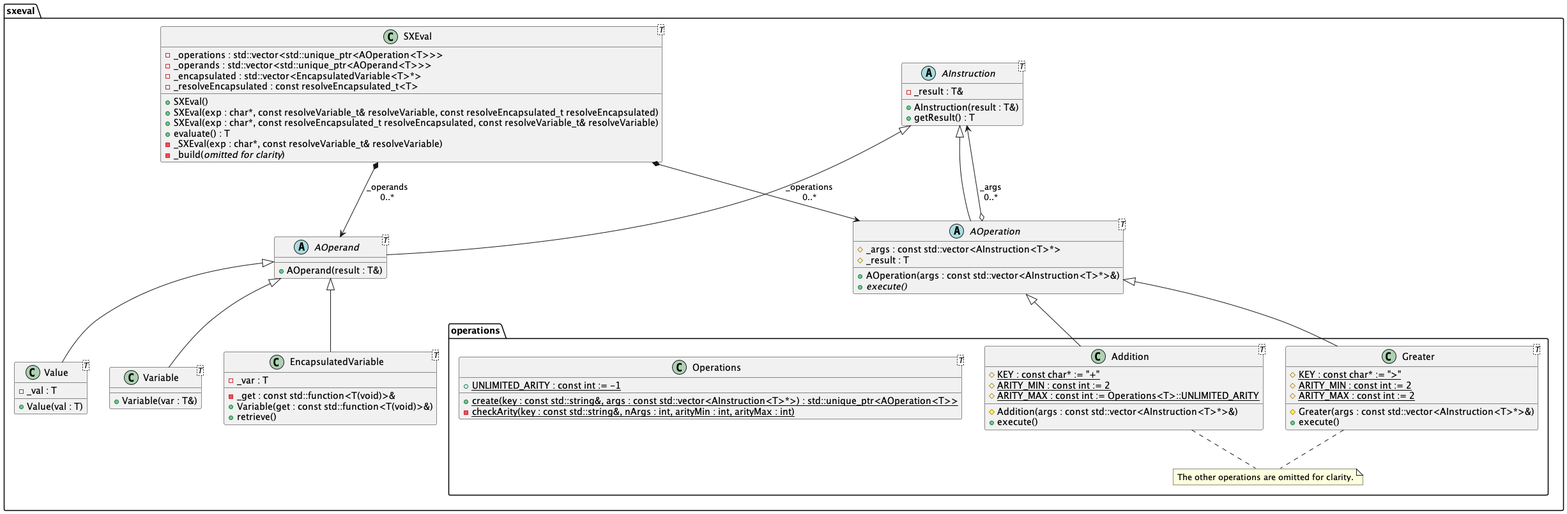
This is uml/class-diagram.png from abadiet/SXEval, a PlantUML export, as it was before one commit.
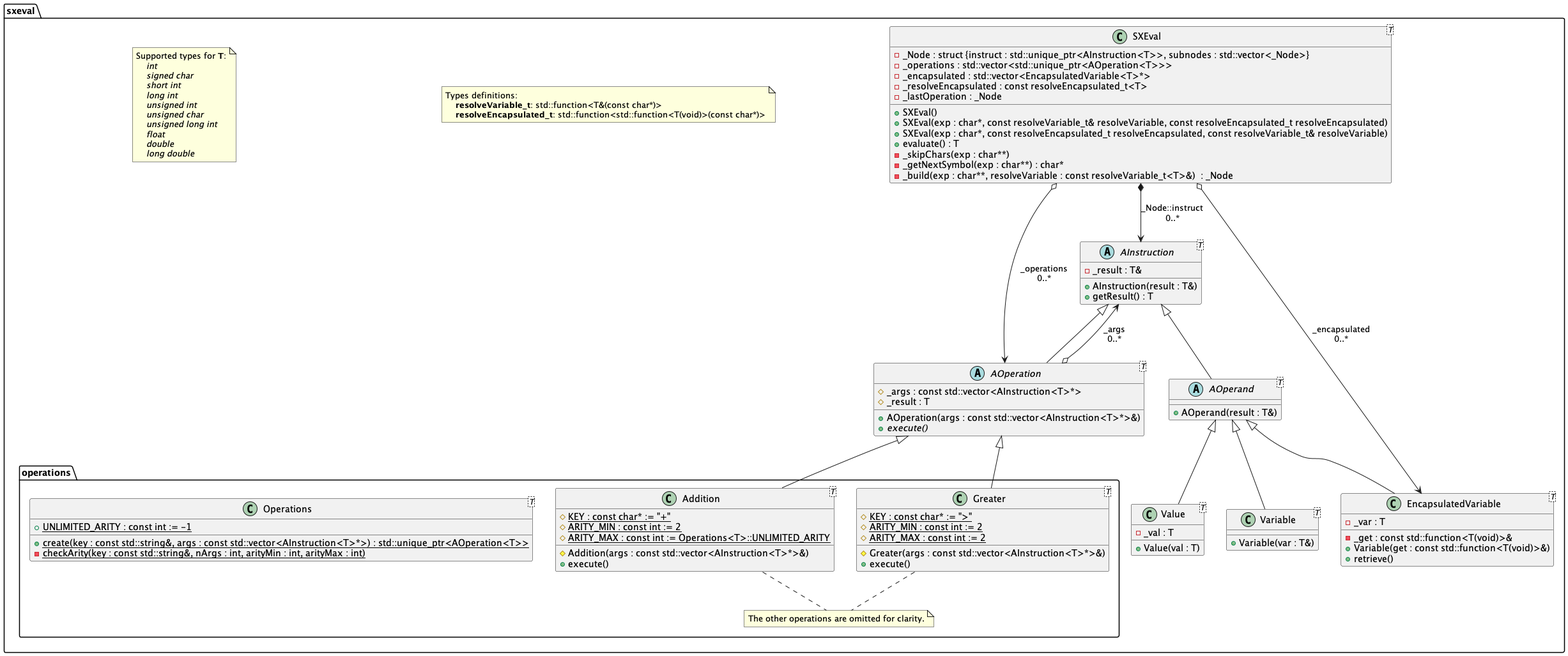
After the commit.

Diff of the diagram source:
```diff
@@ -2,18 +2,41 @@
 
 package sxeval {
 
+    note as T_Note
+        Supported types for <b>T</b>:
+            <i>int</i>
+            <i>signed char</i>
+            <i>short int</i>
+            <i>long int</i>
+            <i>unsigned int</i>
+            <i>unsigned char</i>
+            <i>unsigned long int</i>
+            <i>float</i>
+            <i>double</i>
+            <i>long double</i>
+    end note
+
+    note as alias_Note
+        Types definitions:
+            <b>resolveVariable_t</b>: std::function<T&(const char*)>
+            <b>resolveEncapsulated_t</b>: std::function<std::function<T(void)>(const char*)>
+    end note
+
     class SXEval<T> {
+        - _Node : struct {instruct : std::unique_ptr<AInstruction<T>>, subnodes : std::vector<_Node>}
         -_operations : std::vector<std::unique_ptr<AOperation<T>>>
-        -_operands : std::vector<std::unique_ptr<AOperand<T>>>
         -_encapsulated : std::vector<EncapsulatedVariable<T>*>
         -_resolveEncapsulated : const resolveEncapsulated_t<T>
+        -_lastOperation : _Node
         +SXEval()
         +SXEval(exp : char*, const resolveVariable_t& resolveVariable, const resolveEncapsulated_t resolveEncapsulated)
         +SXEval(exp : char*, const resolveEncapsulated_t resolveEncapsulated, const resolveVariable_t& resolveVariable)
         +evaluate() : T
-        -_SXEval(exp : char*, const resolveVariable_t& resolveVariable)
-        -_build(//omitted for clarity//)
+        -_skipChars(exp : char**)
+        -_getNextSymbol(exp : char**) : char*
+        -_build(exp : char**, resolveVariable : const resolveVariable_t<T>&)  : _Node
     }
+
 
     abstract class AInstruction<T> {
         -_result : T&
@@ -75,14 +98,15 @@
         Addition -up-|> AOperation
         Greater -up-|> AOperation
 
-        note "The other operations are omitted for clarity." as N
-        Addition .. N
-        Greater .. N
+        note "The other operations are omitted for clarity." as ope_Note
+        Addition .. ope_Note
+        Greater .. ope_Note
 
     }
 
-    SXEval *--> AOperation : _operations\n0..*
-    SXEval *--> AOperand : _operands\n0..*
+    SXEval *--> AInstruction : _Node::instruct\n0..*
+    SXEval o--> AOperation : _operations\n0..*
+    SXEval o--> EncapsulatedVariable : _encapsulated\n0..*
     AOperation o-up-> AInstruction : _args\n0..*
 
 }
```
